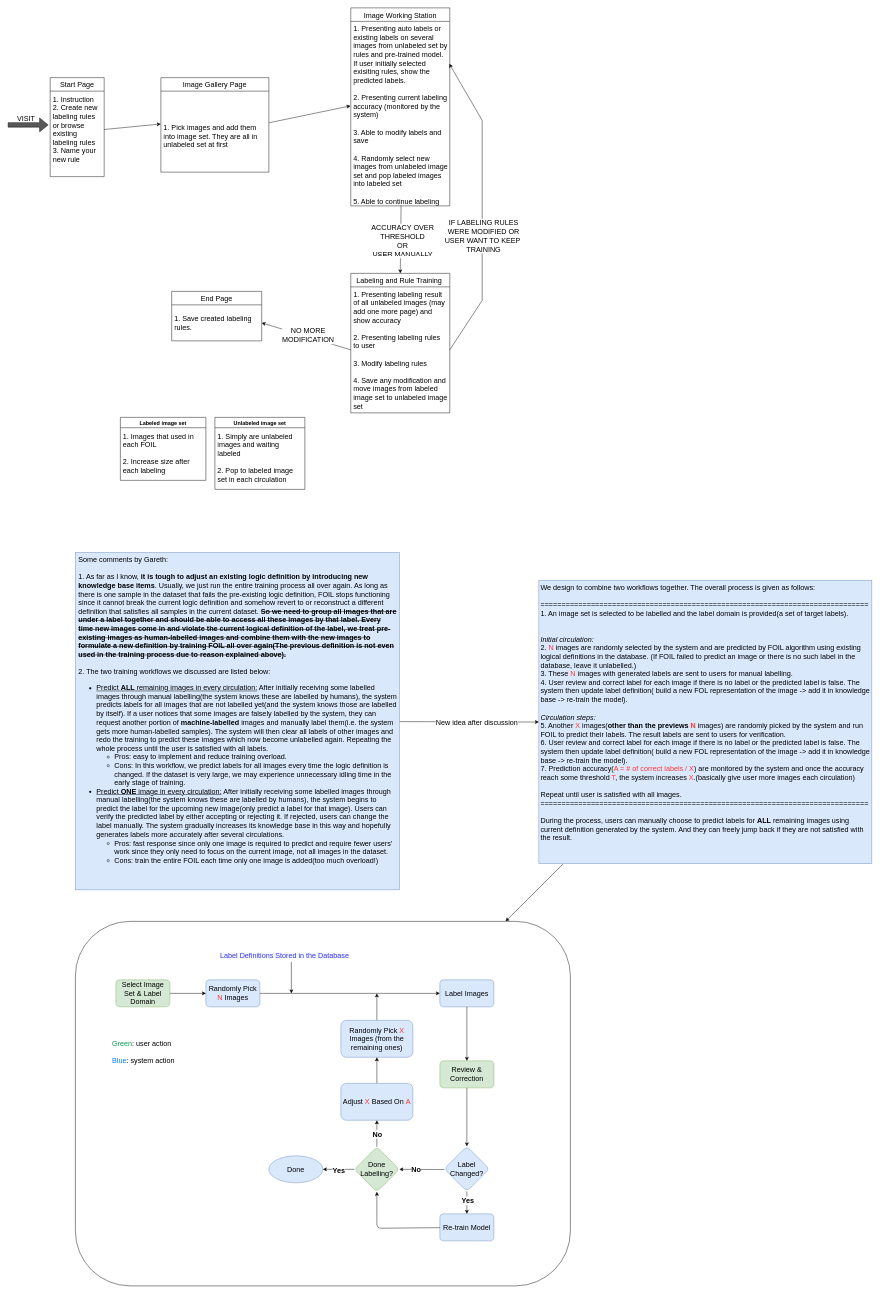
The draw.io diagram page "Scratch" (5 of 5) of architecture.drawio in Neural-Symbolic-Image-Labeling/NSILWeb, before the edit. Source tidied: cells renumbered, new cells numbered last; positions are measured from the earlier drawing's top-left corner, leaving out a move shared by most shapes. Both pictures are drawn from the tidied source at 45%, with x=0, y=0 at pixel (8, 8).
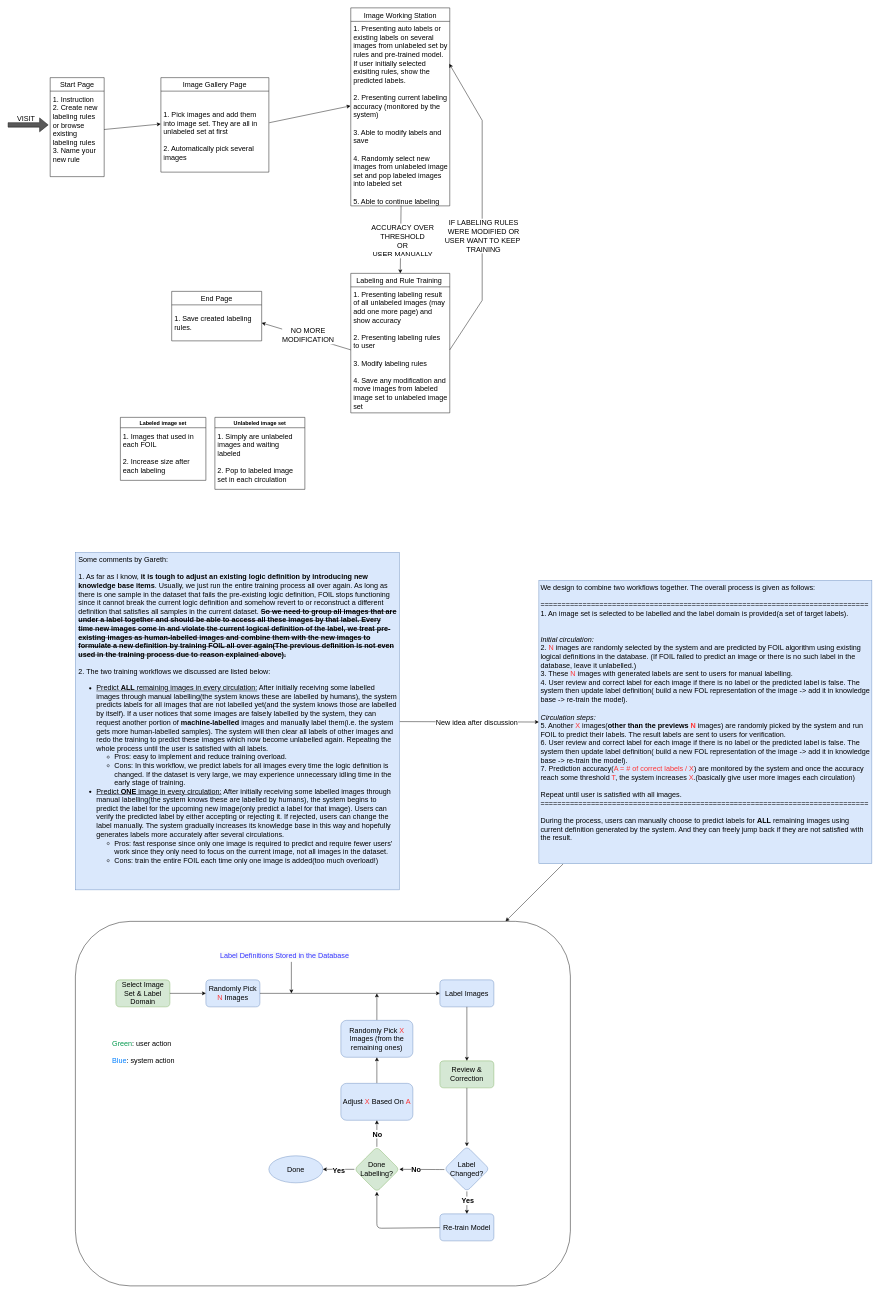
Above is the later version.

The change refers to these unchanged cells:
```xml
<mxCell id="7" value="Image Gallery Page" style="swimlane;fontStyle=0;horizontal=1;startSize=30;fontSize=16;" parent="1" vertex="1">
  <mxGeometry x="340" y="155" width="240" height="210" as="geometry" />
</mxCell>
```

Diff of the diagram source:
```diff
@@
-    <mxCell id="8" value="&#10;1. Pick images and add them into image set. They are all in unlabeled set at first" style="text;strokeColor=none;fillColor=none;align=left;verticalAlign=middle;spacingLeft=4;spacingRight=4;overflow=hidden;points=[[0,0.5],[1,0.5]];portConstraint=eastwest;fontSize=16;whiteSpace=wrap;" parent="7" vertex="1">
+    <mxCell id="8" value="&#10;1. Pick images and add them into image set. They are all in unlabeled set at first&#10;&#10;2. Automatically pick several images" style="text;strokeColor=none;fillColor=none;align=left;verticalAlign=middle;spacingLeft=4;spacingRight=4;overflow=hidden;points=[[0,0.5],[1,0.5]];portConstraint=eastwest;fontSize=16;whiteSpace=wrap;" parent="7" vertex="1">
       <mxGeometry y="30" width="240" height="180" as="geometry" />
     </mxCell>
```
